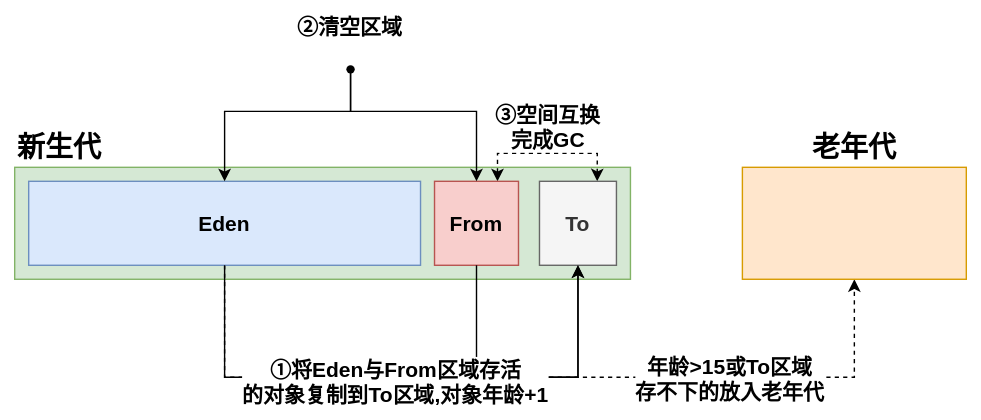
The draw.io diagram Java/JVM/JVM内存模型/新生代GC.drawio.svg in Developer-Tang/notes, before a commit. Source tidied: cells renumbered, new cells last; positions are measured from the earlier drawing's top-left corner, leaving out a move shared by most shapes.
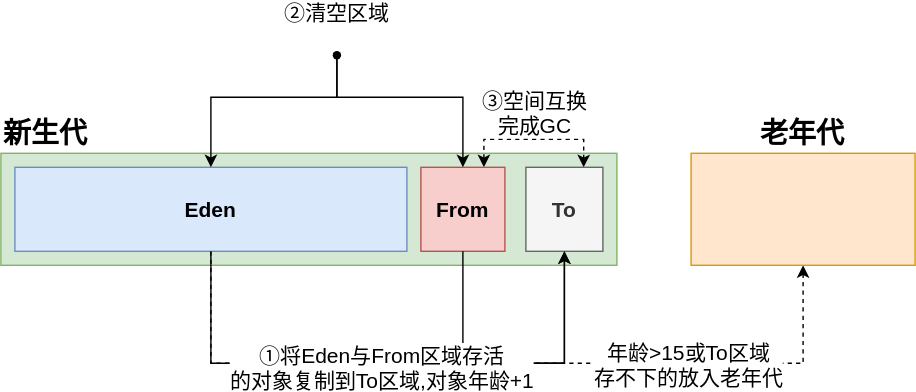
Above is the later version.

The edit, as a diff of the source:
```diff
@@ -5,15 +5,15 @@
     <mxCell id="2" value="新生代" style="rounded=0;whiteSpace=wrap;html=1;fontSize=20;align=left;verticalAlign=bottom;fillColor=#d5e8d4;strokeColor=#82b366;labelPosition=center;verticalLabelPosition=top;fontStyle=1;" parent="1" vertex="1">
       <mxGeometry y="90" width="440" height="80" as="geometry" />
     </mxCell>
-    <mxCell id="3" style="edgeStyle=orthogonalEdgeStyle;rounded=0;jettySize=auto;html=1;exitX=0.5;exitY=1;exitDx=0;exitDy=0;fontSize=15;dashed=1;fontStyle=1;" parent="1" edge="1" source="5" target="10">
+    <mxCell id="3" style="edgeStyle=orthogonalEdgeStyle;rounded=0;jettySize=auto;html=1;exitX=0.5;exitY=1;exitDx=0;exitDy=0;fontSize=15;dashed=1;fontStyle=1;entryX=0.5;entryY=1;entryDx=0;entryDy=0;" parent="1" edge="1" source="5" target="10">
       <mxGeometry relative="1" as="geometry">
         <Array as="points">
           <mxPoint x="150" y="240" />
-          <mxPoint x="600" y="240" />
+          <mxPoint x="573" y="240" />
         </Array>
       </mxGeometry>
     </mxCell>
-    <mxCell id="4" value="年龄&amp;gt;15或To区域&lt;br&gt;存不下的放入老年代" style="edgeLabel;html=1;align=center;verticalAlign=middle;fontSize=15;fontStyle=1;" parent="3" vertex="1">
+    <mxCell id="4" value="年龄&amp;gt;15或To区域&lt;br&gt;存不下的放入老年代" style="edgeLabel;html=1;align=center;verticalAlign=middle;fontSize=15;fontStyle=0;" parent="3" vertex="1">
       <mxGeometry x="0.47" y="-2" relative="1" as="geometry">
         <mxPoint y="-2" as="offset" />
       </mxGeometry>
@@ -29,7 +29,7 @@
         </Array>
       </mxGeometry>
     </mxCell>
-    <mxCell id="7" value="③空间互换&lt;br&gt;完成GC" style="edgeLabel;html=1;align=center;verticalAlign=middle;fontSize=15;fontStyle=1;" parent="6" vertex="1">
+    <mxCell id="7" value="③空间互换&lt;br&gt;完成GC" style="edgeLabel;html=1;align=center;verticalAlign=middle;fontSize=15;fontStyle=0;" parent="6" vertex="1">
       <mxGeometry x="-0.2" relative="1" as="geometry">
         <mxPoint x="10" y="-20" as="offset" />
       </mxGeometry>
@@ -41,7 +41,7 @@
       <mxGeometry x="375" y="100" width="55" height="60" as="geometry" />
     </mxCell>
     <mxCell id="10" value="老年代" style="whiteSpace=wrap;html=1;fontSize=20;fillColor=#ffe6cc;strokeColor=#d79b00;labelPosition=center;verticalLabelPosition=top;align=center;verticalAlign=bottom;fontStyle=1;" parent="1" vertex="1">
-      <mxGeometry x="520" y="90" width="160" height="80" as="geometry" />
+      <mxGeometry x="493" y="90" width="160" height="80" as="geometry" />
     </mxCell>
     <mxCell id="11" style="edgeStyle=orthogonalEdgeStyle;rounded=0;jettySize=auto;html=1;exitX=0.5;exitY=1;exitDx=0;exitDy=0;entryX=0.5;entryY=1;entryDx=0;entryDy=0;fontSize=20;fontStyle=1;" parent="1" edge="1" source="8" target="9">
       <mxGeometry relative="1" as="geometry">
@@ -59,12 +59,12 @@
         </Array>
       </mxGeometry>
     </mxCell>
-    <mxCell id="13" value="①将Eden与From区域存活&lt;br style=&quot;font-size: 15px&quot;&gt;的对象复制到To区域,对象年龄+1" style="edgeLabel;html=1;align=center;verticalAlign=middle;fontSize=15;fontStyle=1;" parent="12" vertex="1">
+    <mxCell id="13" value="①将Eden与From区域存活&lt;br style=&quot;font-size: 15px&quot;&gt;的对象复制到To区域,对象年龄+1" style="edgeLabel;html=1;align=center;verticalAlign=middle;fontSize=15;fontStyle=0;" parent="12" vertex="1">
       <mxGeometry x="0.12" y="-2" relative="1" as="geometry">
         <mxPoint x="-30" as="offset" />
       </mxGeometry>
     </mxCell>
-    <mxCell id="14" value="②清空区域" style="shape=waypoint;sketch=0;size=6;points=[];fillColor=none;perimeter=centerPerimeter;snapToPoint=1;fontSize=15;align=center;verticalAlign=bottom;labelPosition=center;verticalLabelPosition=top;fontStyle=1;" parent="1" vertex="1">
+    <mxCell id="14" value="②清空区域" style="shape=waypoint;sketch=0;size=6;points=[];fillColor=none;perimeter=centerPerimeter;snapToPoint=1;fontSize=15;align=center;verticalAlign=bottom;labelPosition=center;verticalLabelPosition=top;fontStyle=0;" parent="1" vertex="1">
       <mxGeometry x="220" width="40" height="40" as="geometry" />
     </mxCell>
     <mxCell id="15" style="endArrow=classic;html=1;rounded=0;fontSize=15;edgeStyle=orthogonalEdgeStyle;entryX=0.5;entryY=0;entryDx=0;entryDy=0;fontStyle=1;" parent="1" edge="1" source="14" target="8">
```
